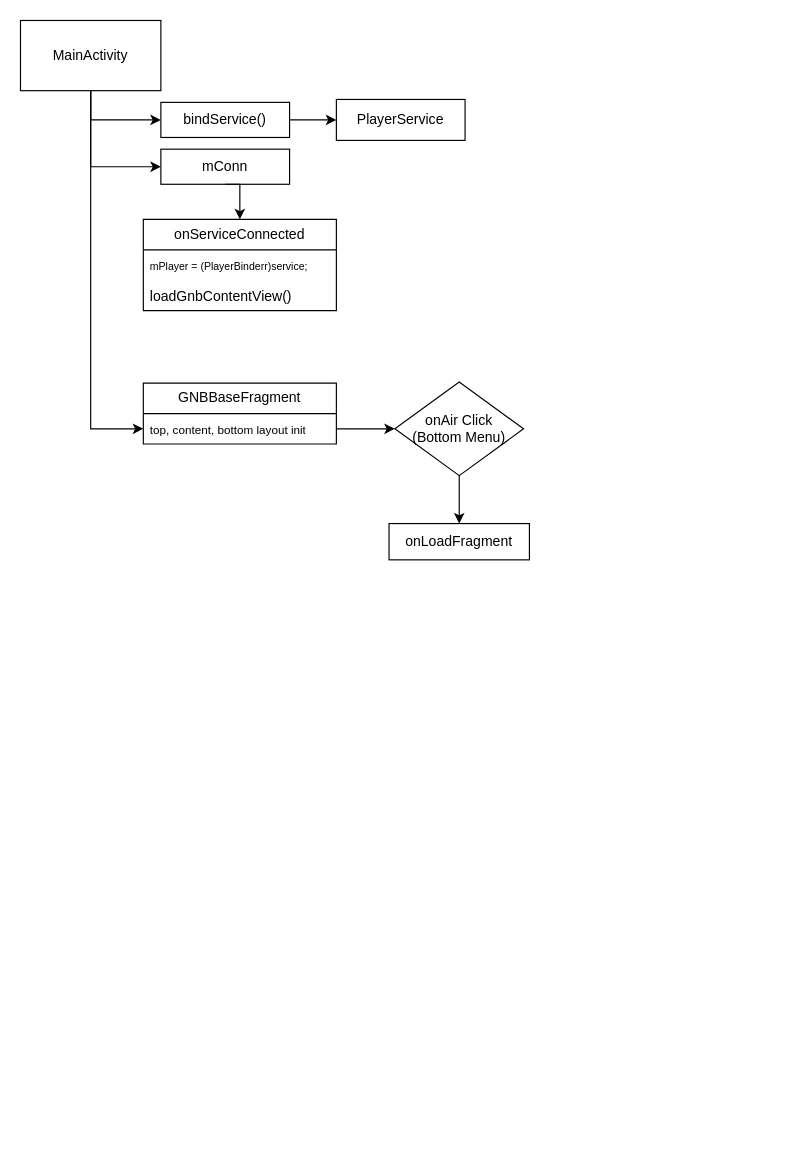
b3lon9/uml keeps this draw.io diagram as myk.drawio. Above is the earlier version. Source tidied: cells renumbered, new cells numbered last; positions are measured from the earlier drawing's top-left corner, leaving out a move shared by most shapes. Both pictures are drawn from the tidied source at 117%, with x=0, y=0 at pixel (20, 20).
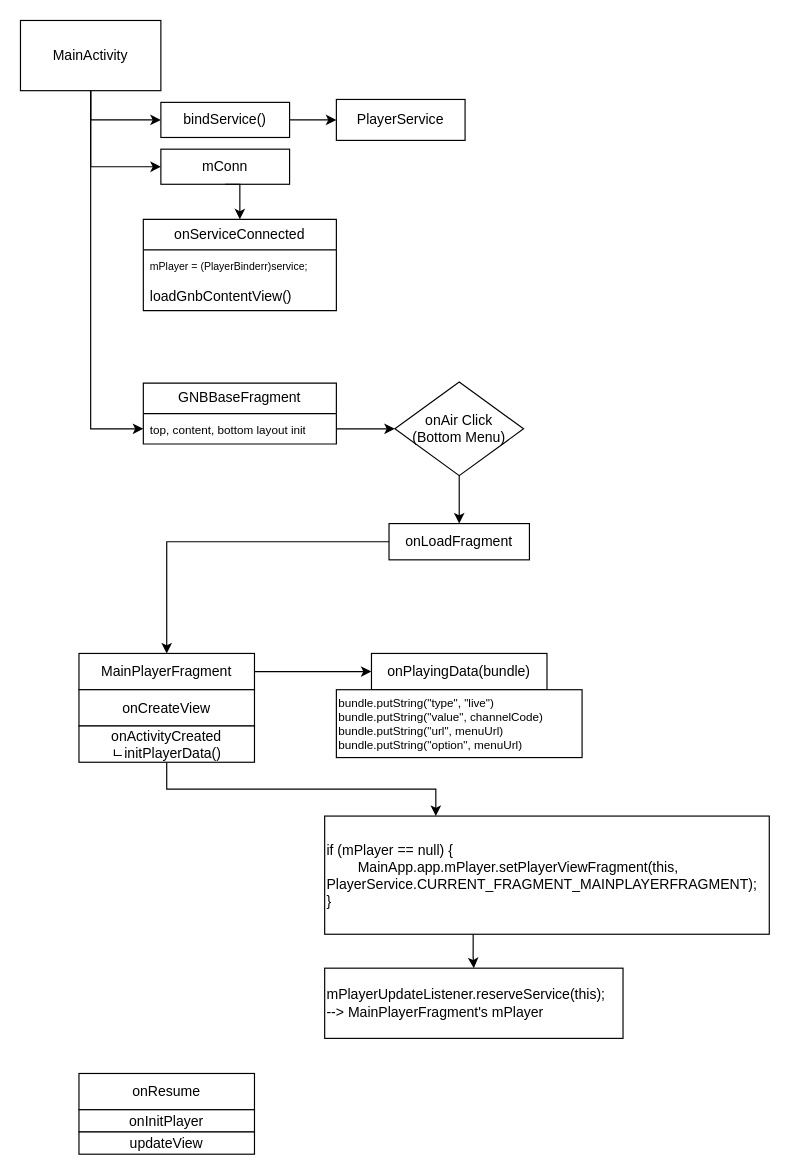
The same diagram, later.

Unchanged cells that the change refers to:
```xml
<mxCell id="19" value="onLoadFragment" style="whiteSpace=wrap;html=1;" parent="1" vertex="1">
  <mxGeometry x="315" y="430" width="120" height="31" as="geometry" />
</mxCell>
```

What changed in the source:
```diff
@@
+    <mxCell id="20" style="edgeStyle=orthogonalEdgeStyle;rounded=0;jettySize=auto;html=1;entryX=0.5;entryY=0;entryDx=0;entryDy=0;" parent="1" edge="1" source="19" target="24">
+      <mxGeometry relative="1" as="geometry" />
+    </mxCell>
@@
+    <mxCell id="21" value="onPlayingData(bundle)" style="whiteSpace=wrap;html=1;" parent="1" vertex="1">
+      <mxGeometry x="300" y="541" width="150" height="31" as="geometry" />
+    </mxCell>
+    <mxCell id="22" value="bundle.putString(&quot;type&quot;, &quot;live&quot;)&lt;br&gt;bundle.putString(&quot;value&quot;, channelCode)&lt;br&gt;bundle.putString(&quot;url&quot;, menuUrl)&lt;br&gt;bundle.putString(&quot;option&quot;, menuUrl)" style="whiteSpace=wrap;html=1;fontSize=10;align=left;" parent="1" vertex="1">
+      <mxGeometry x="270" y="572" width="210" height="58" as="geometry" />
+    </mxCell>
+    <mxCell id="23" style="edgeStyle=orthogonalEdgeStyle;rounded=0;jettySize=auto;html=1;entryX=0;entryY=0.5;entryDx=0;entryDy=0;" parent="1" edge="1" source="24" target="21">
+      <mxGeometry relative="1" as="geometry" />
+    </mxCell>
+    <mxCell id="24" value="MainPlayerFragment" style="whiteSpace=wrap;html=1;" parent="1" vertex="1">
+      <mxGeometry x="50" y="541" width="150" height="31" as="geometry" />
+    </mxCell>
+    <mxCell id="25" value="onCreateView" style="whiteSpace=wrap;html=1;" parent="1" vertex="1">
+      <mxGeometry x="50" y="572" width="150" height="31" as="geometry" />
+    </mxCell>
+    <mxCell id="26" style="edgeStyle=orthogonalEdgeStyle;rounded=0;jettySize=auto;html=1;entryX=0.25;entryY=0;entryDx=0;entryDy=0;exitX=0.5;exitY=1;exitDx=0;exitDy=0;" parent="1" edge="1" source="27" target="29">
+      <mxGeometry relative="1" as="geometry" />
+    </mxCell>
+    <mxCell id="27" value="onActivityCreated&lt;br&gt;ㄴinitPlayerData()" style="whiteSpace=wrap;html=1;" parent="1" vertex="1">
+      <mxGeometry x="50" y="603" width="150" height="31" as="geometry" />
+    </mxCell>
+    <mxCell id="28" style="edgeStyle=orthogonalEdgeStyle;rounded=0;jettySize=auto;html=1;exitX=0.334;exitY=0.996;exitDx=0;exitDy=0;exitPerimeter=0;" parent="1" edge="1" source="29" target="30">
+      <mxGeometry relative="1" as="geometry" />
+    </mxCell>
+    <mxCell id="29" value="if (mPlayer == null) {&lt;br&gt;&lt;span style=&quot;white-space: pre;&quot;&gt;&#9;&lt;/span&gt;MainApp.app.mPlayer.setPlayerViewFragment(this, PlayerService.CURRENT_FRAGMENT_MAINPLAYERFRAGMENT);&lt;br&gt;}" style="whiteSpace=wrap;html=1;align=left;" parent="1" vertex="1">
+      <mxGeometry x="260" y="680" width="380" height="101" as="geometry" />
+    </mxCell>
+    <mxCell id="30" value="mPlayerUpdateListener.reserveService(this);&lt;br&gt;--&amp;gt; MainPlayerFragment's mPlayer&lt;br&gt;" style="whiteSpace=wrap;html=1;align=left;" parent="1" vertex="1">
+      <mxGeometry x="260" y="810" width="255" height="60" as="geometry" />
+    </mxCell>
+    <mxCell id="31" value="onResume" style="whiteSpace=wrap;html=1;" parent="1" vertex="1">
+      <mxGeometry x="50" y="900" width="150" height="31" as="geometry" />
+    </mxCell>
+    <mxCell id="32" value="onInitPlayer" style="whiteSpace=wrap;html=1;" parent="1" vertex="1">
+      <mxGeometry x="50" y="931" width="150" height="19" as="geometry" />
+    </mxCell>
+    <mxCell id="33" value="updateView" style="whiteSpace=wrap;html=1;" parent="1" vertex="1">
+      <mxGeometry x="50" y="950" width="150" height="19" as="geometry" />
+    </mxCell>
```
